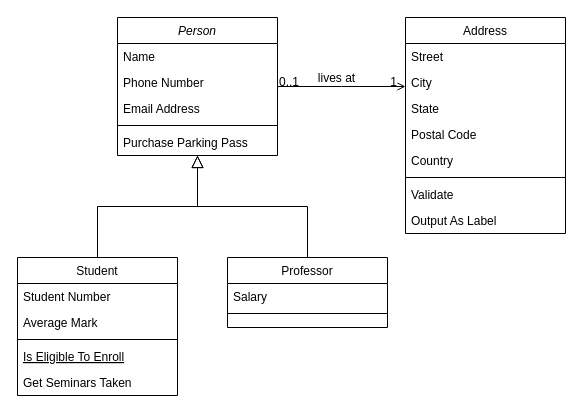
Earlier version of the draw.io diagram Untitled Diagram.drawio (Kiee003/HotelManageSystem). Source tidied: cells renumbered, new cells numbered last; positions are measured from the earlier drawing's top-left corner, leaving out a move shared by most shapes. Both pictures are drawn from the tidied source at 100%, with x=0, y=0 at pixel (17, 17).
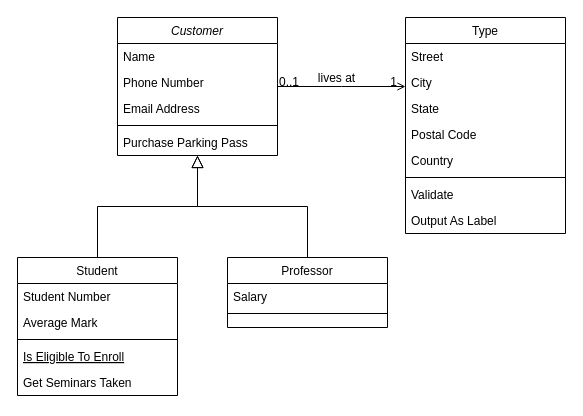
The same diagram, later.

What changed in the source:
```diff
@@
-    <mxCell id="2" value="Person" style="swimlane;fontStyle=2;align=center;verticalAlign=top;horizontal=1;startSize=26;rounded=0;shadow=0;strokeWidth=1;" parent="1" vertex="1">
+    <mxCell id="2" value="Customer" style="swimlane;fontStyle=2;align=center;verticalAlign=top;horizontal=1;startSize=26;rounded=0;shadow=0;strokeWidth=1;" parent="1" vertex="1">
       <mxGeometry x="100" width="160" height="138" as="geometry" />
     </mxCell>
@@
-    <mxCell id="19" value="Address" style="swimlane;fontStyle=0;align=center;verticalAlign=top;horizontal=1;startSize=26;rounded=0;shadow=0;strokeWidth=1;" parent="1" vertex="1">
+    <mxCell id="19" value="Type" style="swimlane;fontStyle=0;align=center;verticalAlign=top;horizontal=1;startSize=26;rounded=0;shadow=0;strokeWidth=1;" parent="1" vertex="1">
       <mxGeometry x="388" width="160" height="216" as="geometry" />
     </mxCell>
```
